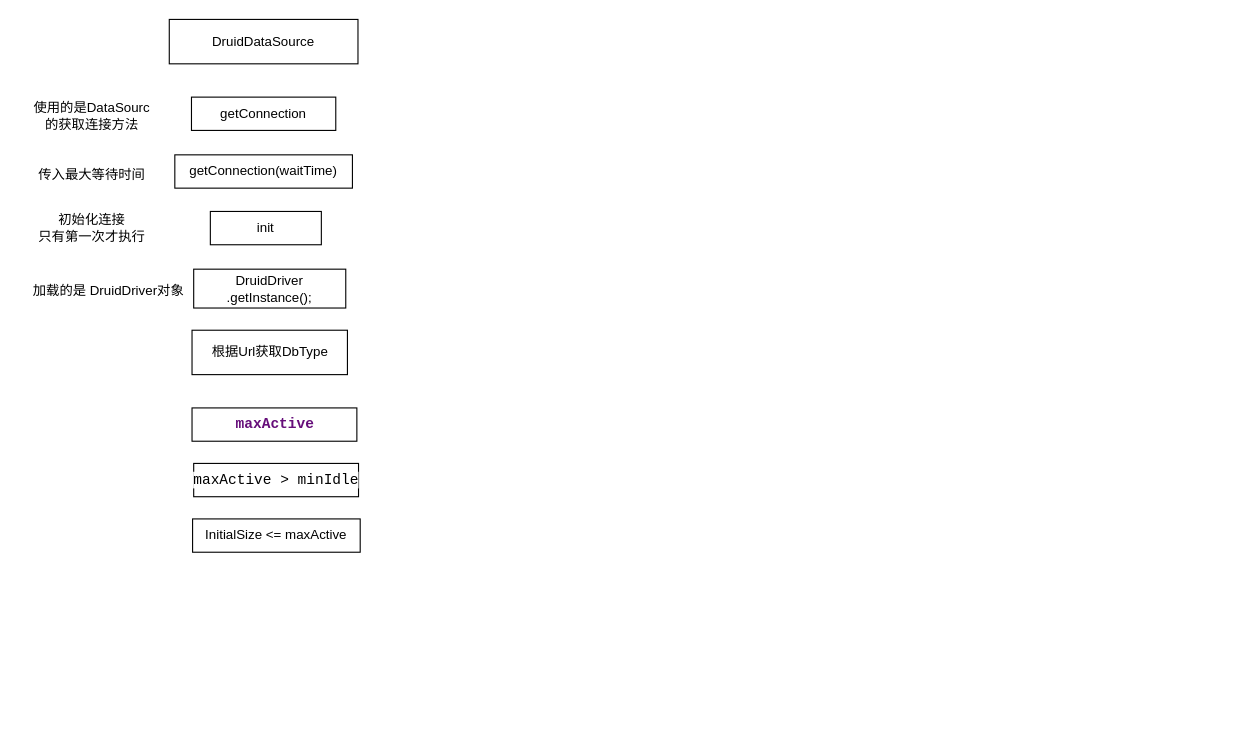
Before: druid数据源.drawio in Ordertiny/graph, a draw.io diagram. Source tidied: cells renumbered, new cells numbered last; positions are measured from the earlier drawing's top-left corner, leaving out a move shared by most shapes. Both pictures are drawn from the tidied source at 111%, with x=0, y=0 at pixel (19, 19).
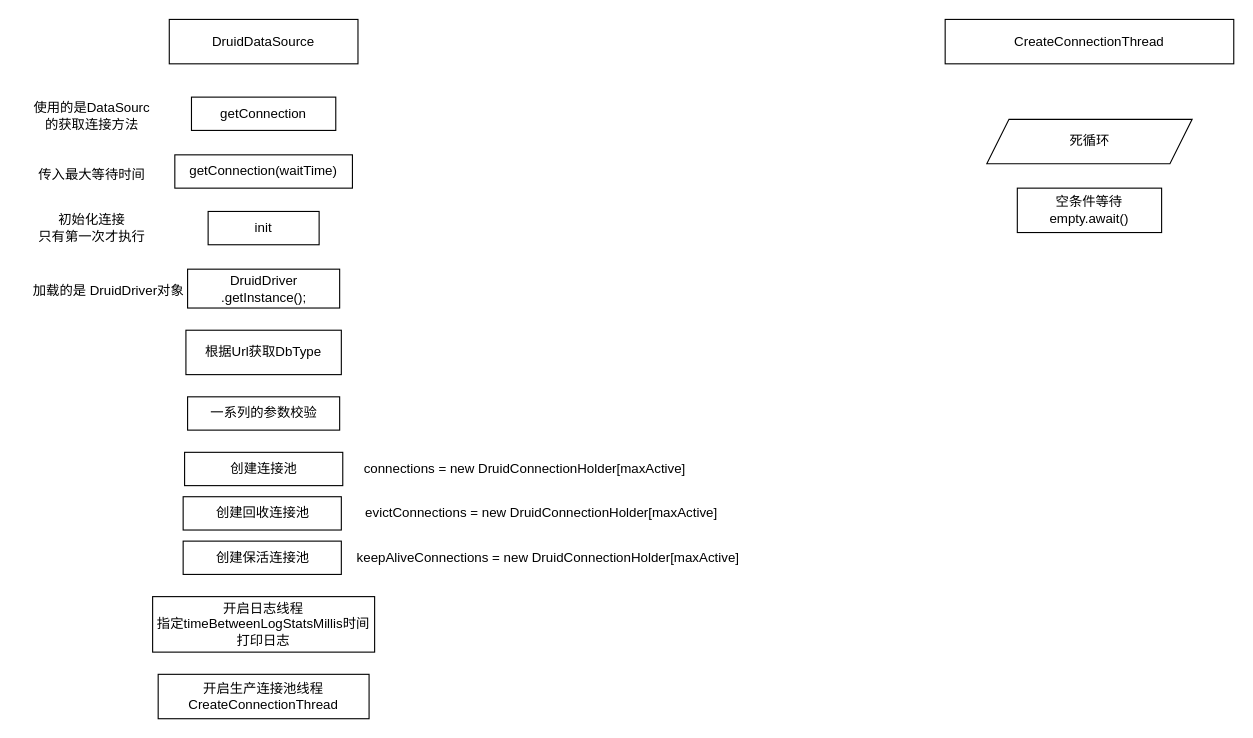
After the change.

Commit message:
更新druid数据源.drawio

The edit, as a diff of the source:
```diff
@@
     <mxCell id="5" value="init" style="whiteSpace=wrap;html=1;" parent="1" vertex="1">
-      <mxGeometry x="172" y="173" width="100" height="30" as="geometry" />
+      <mxGeometry x="170" y="173" width="100" height="30" as="geometry" />
     </mxCell>
@@
     <mxCell id="10" value="DruidDriver&lt;br&gt;.getInstance();" style="whiteSpace=wrap;html=1;" parent="1" vertex="1">
-      <mxGeometry x="157" y="225" width="137" height="35" as="geometry" />
+      <mxGeometry x="151.5" y="225" width="137" height="35" as="geometry" />
     </mxCell>
     <mxCell id="11" value="根据Url获取DbType" style="whiteSpace=wrap;html=1;" parent="1" vertex="1">
-      <mxGeometry x="155.5" y="280" width="140" height="40" as="geometry" />
+      <mxGeometry x="150" y="280" width="140" height="40" as="geometry" />
     </mxCell>
-    <mxCell id="12" value="&lt;pre style=&quot;background-color:#ffffff;color:#000000;font-family:'JetBrains Mono',monospace;font-size:9.8pt;&quot;&gt;&lt;span style=&quot;color:#660e7a;font-weight:bold;&quot;&gt;maxActive&lt;/span&gt;&lt;/pre&gt;" style="whiteSpace=wrap;html=1;" parent="1" vertex="1">
-      <mxGeometry x="155.5" y="350" width="148.5" height="30" as="geometry" />
-    </mxCell>
-    <mxCell id="13" value="&lt;pre style=&quot;background-color:#ffffff;color:#000000;font-family:'JetBrains Mono',monospace;font-size:9.8pt;&quot;&gt;maxActive &amp;gt; minIdle&lt;/pre&gt;" style="whiteSpace=wrap;html=1;" parent="1" vertex="1">
-      <mxGeometry x="157" y="400" width="148.5" height="30" as="geometry" />
-    </mxCell>
-    <mxCell id="14" value="InitialSize &amp;lt;= maxActive" style="whiteSpace=wrap;html=1;" parent="1" vertex="1">
-      <mxGeometry x="156" y="450" width="151" height="30" as="geometry" />
-    </mxCell>
+    <mxCell id="15" value="一系列的参数校验" style="rounded=0;whiteSpace=wrap;html=1;" parent="1" vertex="1">
+      <mxGeometry x="151.5" y="340" width="137" height="30" as="geometry" />
+    </mxCell>
+    <mxCell id="16" value="创建连接池" style="whiteSpace=wrap;html=1;" parent="1" vertex="1">
+      <mxGeometry x="148.8" y="390" width="142.5" height="30" as="geometry" />
+    </mxCell>
+    <mxCell id="17" value="connections = new DruidConnectionHolder[maxActive]" style="text;html=1;align=center;verticalAlign=middle;strokeColor=none;fillColor=none;" parent="1" vertex="1">
+      <mxGeometry x="300" y="390" width="310" height="30" as="geometry" />
+    </mxCell>
+    <mxCell id="18" value="创建回收连接池" style="whiteSpace=wrap;html=1;" parent="1" vertex="1">
+      <mxGeometry x="147.5" y="430" width="142.5" height="30" as="geometry" />
+    </mxCell>
+    <mxCell id="19" value="创建保活连接池" style="whiteSpace=wrap;html=1;" parent="1" vertex="1">
+      <mxGeometry x="147.5" y="470" width="142.5" height="30" as="geometry" />
+    </mxCell>
+    <mxCell id="20" value="evictConnections = new DruidConnectionHolder[maxActive]" style="text;html=1;align=center;verticalAlign=middle;strokeColor=none;fillColor=none;" parent="1" vertex="1">
+      <mxGeometry x="300" y="430" width="340" height="30" as="geometry" />
+    </mxCell>
+    <mxCell id="21" value="keepAliveConnections = new DruidConnectionHolder[maxActive]" style="text;html=1;align=center;verticalAlign=middle;strokeColor=none;fillColor=none;" parent="1" vertex="1">
+      <mxGeometry x="291.2" y="470" width="370" height="30" as="geometry" />
+    </mxCell>
+    <mxCell id="22" value="开启日志线程&lt;br&gt;指定timeBetweenLogStatsMillis时间 打印日志" style="whiteSpace=wrap;html=1;" parent="1" vertex="1">
+      <mxGeometry x="120" y="520" width="200" height="50" as="geometry" />
+    </mxCell>
+    <mxCell id="23" value="开启生产连接池线程&lt;br&gt;CreateConnectionThread" style="whiteSpace=wrap;html=1;" parent="1" vertex="1">
+      <mxGeometry x="125" y="590" width="190" height="40" as="geometry" />
+    </mxCell>
+    <mxCell id="24" value="死循环" style="shape=parallelogram;perimeter=parallelogramPerimeter;whiteSpace=wrap;html=1;fixedSize=1;" parent="1" vertex="1">
+      <mxGeometry x="871.5" y="90" width="185" height="40" as="geometry" />
+    </mxCell>
+    <mxCell id="25" value="CreateConnectionThread" style="whiteSpace=wrap;html=1;" parent="1" vertex="1">
+      <mxGeometry x="834" width="260" height="40" as="geometry" />
+    </mxCell>
+    <mxCell id="26" value="空条件等待&lt;br&gt;empty.await()" style="whiteSpace=wrap;html=1;" parent="1" vertex="1">
+      <mxGeometry x="899" y="152" width="130" height="40" as="geometry" />
+    </mxCell>
```
